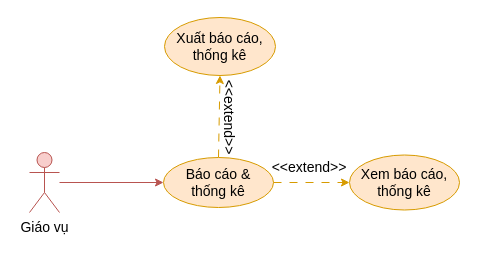
This is document/temp/draw/usecase_phanra/usecase_baocao.drawio from copecute/Edudex-Quiz, a draw.io file, before an edit. Source tidied: cells renumbered, new cells numbered last; positions are measured from the earlier drawing's top-left corner, leaving out a move shared by most shapes. Both pictures are drawn from the tidied source at 100%, with x=0, y=0 at pixel (29, 17).
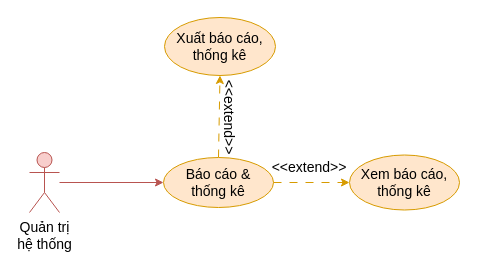
Above is the later version.

Commit message (it also covers changes not shown here):
Docs: Cập nhật usecase phân rã báo cáo, thí sinh...

The edit, as a diff of the source:
```diff
@@
 <mxGraphModel>
   <root>
     <mxCell id="0" />
     <mxCell id="1" parent="0" />
     <mxCell id="2" value="&lt;font style=&quot;font-size: 14px;&quot;&gt;&amp;lt;&amp;lt;extend&amp;gt;&amp;gt;&lt;/font&gt;" style="text;html=1;strokeColor=none;fillColor=none;align=center;verticalAlign=middle;whiteSpace=wrap;rounded=0;rotation=90;fontSize=14;" parent="1" vertex="1">
       <mxGeometry x="170" y="85" width="60" height="30" as="geometry" />
     </mxCell>
     <mxCell id="3" style="edgeStyle=orthogonalEdgeStyle;rounded=0;jettySize=auto;html=1;entryX=0;entryY=0.5;entryDx=0;entryDy=0;fillColor=#f8cecc;strokeColor=#b85450;fontSize=14;" parent="1" edge="1" source="4" target="6">
       <mxGeometry relative="1" as="geometry" />
     </mxCell>
-    <mxCell id="4" value="Giáo vụ" style="shape=umlActor;verticalLabelPosition=bottom;verticalAlign=top;html=1;outlineConnect=0;fillColor=#f8cecc;strokeColor=#b85450;fontSize=14;" parent="1" vertex="1">
+    <mxCell id="4" value="Quản trị&lt;div&gt;hệ thống&lt;/div&gt;" style="shape=umlActor;verticalLabelPosition=bottom;verticalAlign=top;html=1;outlineConnect=0;fillColor=#f8cecc;strokeColor=#b85450;fontSize=14;" parent="1" vertex="1">
       <mxGeometry y="135" width="30" height="60" as="geometry" />
     </mxCell>
     <mxCell id="5" style="rounded=0;jettySize=auto;html=1;exitX=0.5;exitY=0;exitDx=0;exitDy=0;entryX=0.5;entryY=1;entryDx=0;entryDy=0;fillColor=#ffe6cc;strokeColor=#d79b00;dashed=1;dashPattern=8 8;fontSize=14;" parent="1" edge="1" source="6" target="10">
       <mxGeometry relative="1" as="geometry" />
     </mxCell>
     <mxCell id="6" value="Báo cáo &amp;amp;&lt;br&gt;thống kê" style="ellipse;whiteSpace=wrap;html=1;fillColor=#ffe6cc;strokeColor=#d79b00;fontSize=14;" parent="1" vertex="1">
       <mxGeometry x="134" y="140" width="110" height="50" as="geometry" />
     </mxCell>
     <mxCell id="7" style="rounded=0;jettySize=auto;html=1;entryX=0;entryY=0.5;entryDx=0;entryDy=0;fillColor=#ffe6cc;strokeColor=#d79b00;exitX=1;exitY=0.5;exitDx=0;exitDy=0;dashed=1;dashPattern=8 8;fontSize=14;" parent="1" edge="1" source="6" target="8">
       <mxGeometry relative="1" as="geometry" />
     </mxCell>
     <mxCell id="8" value="Xem báo cáo, thống kê" style="ellipse;whiteSpace=wrap;html=1;fillColor=#ffe6cc;strokeColor=#d79b00;fontSize=14;" parent="1" vertex="1">
       <mxGeometry x="320" y="137.5" width="110" height="55" as="geometry" />
     </mxCell>
     <mxCell id="9" value="&lt;font style=&quot;font-size: 14px;&quot;&gt;&amp;lt;&amp;lt;extend&amp;gt;&amp;gt;&lt;/font&gt;" style="text;html=1;strokeColor=none;fillColor=none;align=center;verticalAlign=middle;whiteSpace=wrap;rounded=0;rotation=0;fontSize=14;" parent="1" vertex="1">
       <mxGeometry x="250" y="135" width="60" height="30" as="geometry" />
     </mxCell>
     <mxCell id="10" value="Xuất báo cáo, thống kê" style="ellipse;whiteSpace=wrap;html=1;fillColor=#ffe6cc;strokeColor=#d79b00;fontSize=14;" parent="1" vertex="1">
       <mxGeometry x="135" width="111" height="58" as="geometry" />
     </mxCell>
   </root>
 </mxGraphModel>
```
